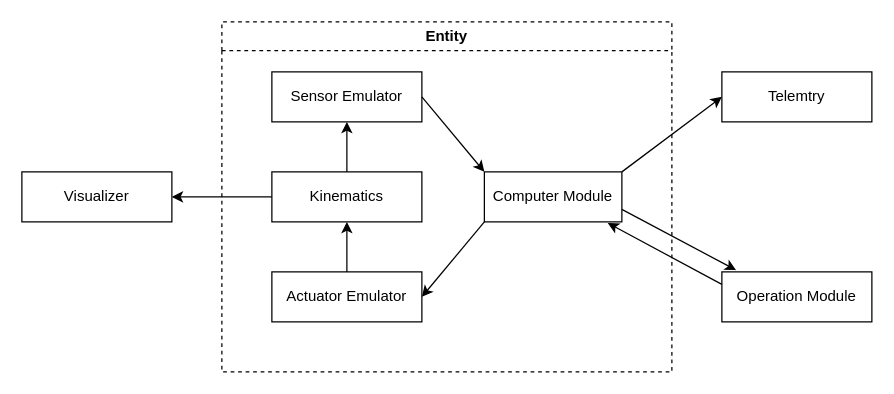
Before: page "Overview" (1 of 4) of architecture/architecture.drawio in Lasgut/physics_engine, a draw.io diagram. Source tidied: cells renumbered, new cells numbered last; positions are measured from the earlier drawing's top-left corner, leaving out a move shared by most shapes. Both pictures are drawn from the tidied source at 125%, with x=0, y=0 at pixel (21, 21).
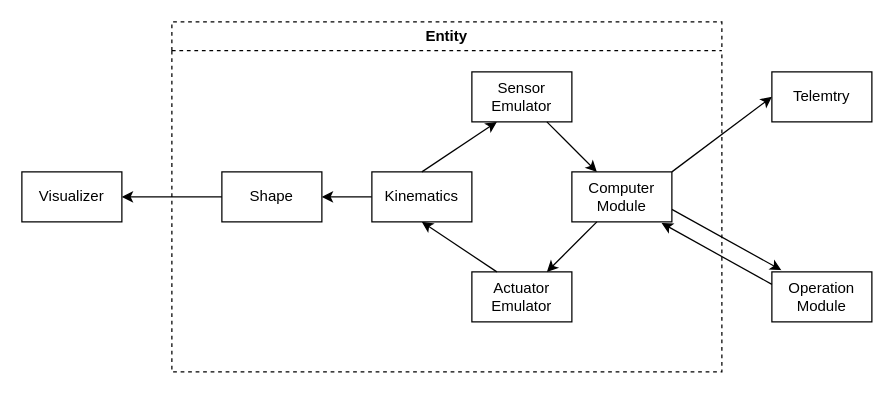
The same page after the edit.

Change to the diagram source:
```diff
@@
-    <mxCell id="2" style="edgeStyle=none;html=1;exitX=0;exitY=0.5;exitDx=0;exitDy=0;entryX=1;entryY=0.5;entryDx=0;entryDy=0;" parent="1" edge="1" source="11" target="3">
-      <mxGeometry relative="1" as="geometry" />
-    </mxCell>
-    <mxCell id="3" value="Visualizer" style="rounded=0;whiteSpace=wrap;html=1;" parent="1" vertex="1">
-      <mxGeometry y="120" width="120" height="40" as="geometry" />
-    </mxCell>
@@
     <mxCell id="6" value="Telemtry" style="rounded=0;whiteSpace=wrap;html=1;" parent="1" vertex="1">
-      <mxGeometry x="560" y="40" width="120" height="40" as="geometry" />
+      <mxGeometry x="600" y="40" width="80" height="40" as="geometry" />
     </mxCell>
     <mxCell id="7" value="Operation Module" style="rounded=0;whiteSpace=wrap;html=1;" parent="1" vertex="1">
-      <mxGeometry x="560" y="200" width="120" height="40" as="geometry" />
+      <mxGeometry x="600" y="200" width="80" height="40" as="geometry" />
     </mxCell>
@@
     <mxCell id="9" value="Entity" style="swimlane;whiteSpace=wrap;html=1;dashed=1;" parent="1" vertex="1">
-      <mxGeometry x="160" width="360" height="280" as="geometry" />
+      <mxGeometry x="120" width="440" height="280" as="geometry" />
     </mxCell>
     <mxCell id="10" value="Sensor Emulator" style="rounded=0;whiteSpace=wrap;html=1;" parent="9" vertex="1">
-      <mxGeometry x="40" y="40" width="120" height="40" as="geometry" />
+      <mxGeometry x="240" y="40" width="80" height="40" as="geometry" />
     </mxCell>
+    <mxCell id="18" style="edgeStyle=none;html=1;exitX=0;exitY=0.5;exitDx=0;exitDy=0;entryX=1;entryY=0.5;entryDx=0;entryDy=0;" parent="9" edge="1" source="11" target="19">
+      <mxGeometry relative="1" as="geometry" />
+    </mxCell>
     <mxCell id="11" value="Kinematics" style="rounded=0;whiteSpace=wrap;html=1;" parent="9" vertex="1">
-      <mxGeometry x="40" y="120" width="120" height="40" as="geometry" />
+      <mxGeometry x="160" y="120" width="80" height="40" as="geometry" />
     </mxCell>
-    <mxCell id="12" style="edgeStyle=none;html=1;exitX=0.5;exitY=0;exitDx=0;exitDy=0;entryX=0.5;entryY=1;entryDx=0;entryDy=0;" parent="9" edge="1" source="11" target="10">
+    <mxCell id="12" style="edgeStyle=none;html=1;exitX=0.5;exitY=0;exitDx=0;exitDy=0;entryX=0.25;entryY=1;entryDx=0;entryDy=0;" parent="9" edge="1" source="11" target="10">
       <mxGeometry relative="1" as="geometry" />
     </mxCell>
     <mxCell id="13" value="Actuator Emulator" style="rounded=0;whiteSpace=wrap;html=1;" parent="9" vertex="1">
-      <mxGeometry x="40" y="200" width="120" height="40" as="geometry" />
+      <mxGeometry x="240" y="200" width="80" height="40" as="geometry" />
     </mxCell>
-    <mxCell id="14" style="edgeStyle=none;html=1;exitX=0.5;exitY=0;exitDx=0;exitDy=0;entryX=0.5;entryY=1;entryDx=0;entryDy=0;shadow=0;" parent="9" edge="1" source="13" target="11">
+    <mxCell id="14" style="edgeStyle=none;html=1;exitX=0.25;exitY=0;exitDx=0;exitDy=0;entryX=0.5;entryY=1;entryDx=0;entryDy=0;shadow=0;" parent="9" edge="1" source="13" target="11">
       <mxGeometry relative="1" as="geometry" />
     </mxCell>
     <mxCell id="15" value="Computer Module" style="rounded=0;whiteSpace=wrap;html=1;" parent="9" vertex="1">
-      <mxGeometry x="210" y="120" width="110" height="40" as="geometry" />
+      <mxGeometry x="320" y="120" width="80" height="40" as="geometry" />
     </mxCell>
-    <mxCell id="16" style="edgeStyle=none;html=1;exitX=1;exitY=0.5;exitDx=0;exitDy=0;entryX=0;entryY=0;entryDx=0;entryDy=0;" parent="9" edge="1" source="10" target="15">
-      <mxGeometry relative="1" as="geometry" />
+    <mxCell id="16" style="edgeStyle=none;html=1;exitX=0.75;exitY=1;exitDx=0;exitDy=0;entryX=0.25;entryY=0;entryDx=0;entryDy=0;" parent="9" edge="1" source="10" target="15">
+      <mxGeometry relative="1" as="geometry">
+        <Array as="points">
+          <mxPoint x="320" y="100" />
+        </Array>
+      </mxGeometry>
     </mxCell>
-    <mxCell id="17" style="edgeStyle=none;html=1;entryX=1;entryY=0.5;entryDx=0;entryDy=0;exitX=0;exitY=1;exitDx=0;exitDy=0;" parent="9" edge="1" source="15" target="13">
-      <mxGeometry relative="1" as="geometry" />
+    <mxCell id="17" style="edgeStyle=none;html=1;entryX=0.75;entryY=0;entryDx=0;entryDy=0;exitX=0.25;exitY=1;exitDx=0;exitDy=0;" parent="9" edge="1" source="15" target="13">
+      <mxGeometry relative="1" as="geometry">
+        <Array as="points">
+          <mxPoint x="320" y="180" />
+        </Array>
+      </mxGeometry>
     </mxCell>
+    <mxCell id="19" value="Shape" style="rounded=0;whiteSpace=wrap;html=1;" parent="9" vertex="1">
+      <mxGeometry x="40" y="120" width="80" height="40" as="geometry" />
+    </mxCell>
+    <mxCell id="20" style="edgeStyle=none;html=1;exitX=0;exitY=0.5;exitDx=0;exitDy=0;entryX=1;entryY=0.5;entryDx=0;entryDy=0;" parent="1" edge="1" source="19" target="3">
+      <mxGeometry relative="1" as="geometry" />
+    </mxCell>
+    <mxCell id="3" value="Visualizer" style="rounded=0;whiteSpace=wrap;html=1;" parent="1" vertex="1">
+      <mxGeometry y="120" width="80" height="40" as="geometry" />
+    </mxCell>
```
